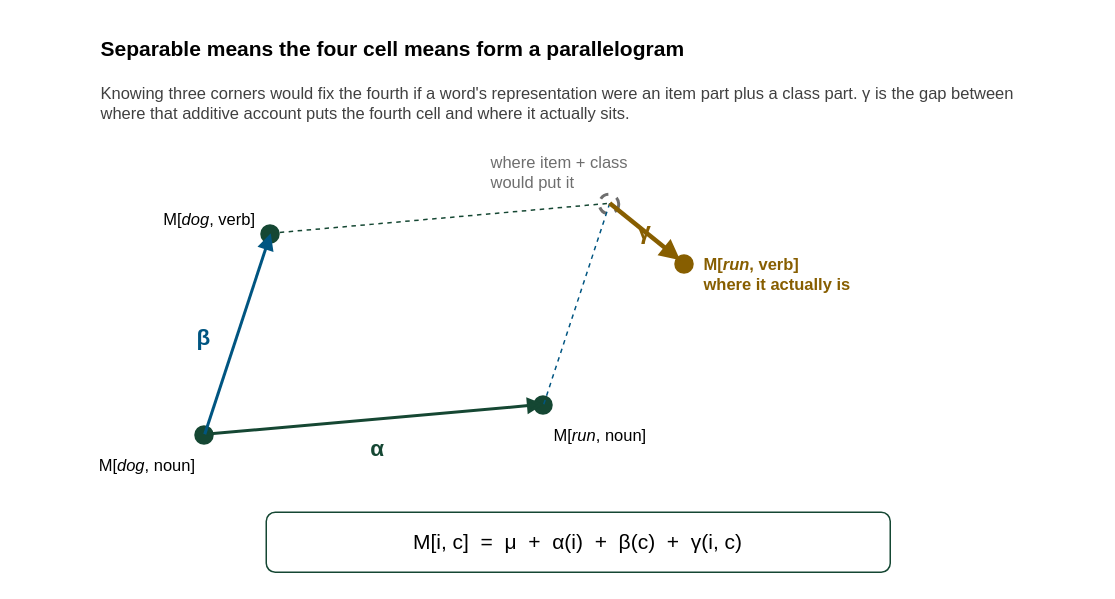
Earlier version of the draw.io diagram paper/fig-measurement.drawio (znhoughton/representation-separability). Source tidied: cells renumbered, new cells numbered last; positions are measured from the earlier drawing's top-left corner, leaving out a move shared by most shapes. Both pictures are drawn from the tidied source at 150%, with x=0, y=0 at pixel (38, 26).
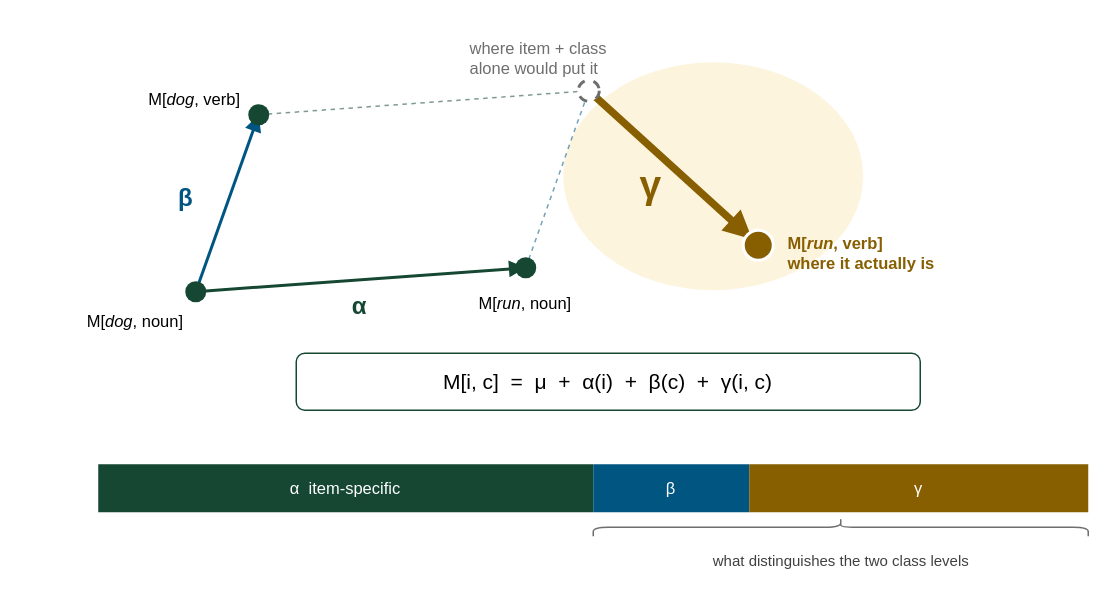
Above is the later version.

Commit message (it also covers changes not shown here):
Make gamma the focus of the measurement figure, and show the shares

Change to the diagram source:
```diff
@@
-    <mxCell id="2" value="Separable means the four cell means form a parallelogram" style="text;html=1;fontSize=14;fontStyle=1;align=left;" parent="1" vertex="1">
-      <mxGeometry x="40" width="620" height="24" as="geometry" />
-    </mxCell>
+    <mxCell id="23" style="ellipse;html=1;fillColor=#F0B323;strokeColor=none;opacity=15;" parent="1" vertex="1">
+      <mxGeometry x="350" y="24" width="200" height="152" as="geometry" />
+    </mxCell>
+    <mxCell id="8" style="edgeStyle=none;html=1;endArrow=block;endFill=1;strokeColor=#154733;strokeWidth=2;" parent="1" edge="1">
+      <mxGeometry relative="1" as="geometry">
+        <mxPoint x="105" y="177" as="sourcePoint" />
+        <mxPoint x="325" y="161" as="targetPoint" />
+      </mxGeometry>
+    </mxCell>
+    <mxCell id="9" style="edgeStyle=none;html=1;endArrow=block;endFill=1;strokeColor=#005581;strokeWidth=2;" parent="1" edge="1">
+      <mxGeometry relative="1" as="geometry">
+        <mxPoint x="105" y="177" as="sourcePoint" />
+        <mxPoint x="147" y="59" as="targetPoint" />
+      </mxGeometry>
+    </mxCell>
+    <mxCell id="10" style="edgeStyle=none;html=1;endArrow=none;strokeColor=#154733;dashed=1;opacity=55;" parent="1" edge="1">
+      <mxGeometry relative="1" as="geometry">
+        <mxPoint x="147" y="59" as="sourcePoint" />
+        <mxPoint x="367" y="43" as="targetPoint" />
+      </mxGeometry>
+    </mxCell>
+    <mxCell id="11" style="edgeStyle=none;html=1;endArrow=none;strokeColor=#005581;dashed=1;opacity=55;" parent="1" edge="1">
+      <mxGeometry relative="1" as="geometry">
+        <mxPoint x="325" y="161" as="sourcePoint" />
+        <mxPoint x="367" y="43" as="targetPoint" />
+      </mxGeometry>
+    </mxCell>
+    <mxCell id="12" style="edgeStyle=none;html=1;endArrow=block;endFill=1;strokeColor=#875E00;strokeWidth=5;" parent="1" edge="1">
+      <mxGeometry relative="1" as="geometry">
+        <mxPoint x="367" y="43" as="sourcePoint" />
+        <mxPoint x="476" y="142" as="targetPoint" />
+      </mxGeometry>
+    </mxCell>
     <mxCell id="3" style="ellipse;html=1;fillColor=#154733;strokeColor=none;" parent="1" vertex="1">
-      <mxGeometry x="104" y="266" width="13" height="13" as="geometry" />
+      <mxGeometry x="98" y="170" width="14" height="14" as="geometry" />
     </mxCell>
     <mxCell id="4" style="ellipse;html=1;fillColor=#154733;strokeColor=none;" parent="1" vertex="1">
-      <mxGeometry x="330" y="246" width="13" height="13" as="geometry" />
+      <mxGeometry x="318" y="154" width="14" height="14" as="geometry" />
     </mxCell>
     <mxCell id="5" style="ellipse;html=1;fillColor=#154733;strokeColor=none;" parent="1" vertex="1">
-      <mxGeometry x="148" y="132" width="13" height="13" as="geometry" />
+      <mxGeometry x="140" y="52" width="14" height="14" as="geometry" />
     </mxCell>
-    <mxCell id="6" style="ellipse;html=1;fillColor=none;strokeColor=#6E6E6E;dashed=1;strokeWidth=2;" parent="1" vertex="1">
-      <mxGeometry x="374" y="112" width="13" height="13" as="geometry" />
+    <mxCell id="6" style="ellipse;html=1;fillColor=#FFFFFF;strokeColor=#6E6E6E;dashed=1;strokeWidth=2;" parent="1" vertex="1">
+      <mxGeometry x="360" y="36" width="14" height="14" as="geometry" />
     </mxCell>
-    <mxCell id="7" style="ellipse;html=1;fillColor=#875E00;strokeColor=none;" parent="1" vertex="1">
-      <mxGeometry x="424" y="152" width="13" height="13" as="geometry" />
+    <mxCell id="7" style="ellipse;html=1;fillColor=#875E00;strokeColor=#FFFFFF;strokeWidth=2;" parent="1" vertex="1">
+      <mxGeometry x="470" y="136" width="20" height="20" as="geometry" />
     </mxCell>
-    <mxCell id="8" style="edgeStyle=none;html=1;endArrow=block;endFill=1;strokeColor=#154733;strokeWidth=2;" parent="1" edge="1">
-      <mxGeometry relative="1" as="geometry">
-        <mxPoint x="111" y="272" as="sourcePoint" />
-        <mxPoint x="337" y="252" as="targetPoint" />
-      </mxGeometry>
-    </mxCell>
-    <mxCell id="9" style="edgeStyle=none;html=1;endArrow=block;endFill=1;strokeColor=#005581;strokeWidth=2;" parent="1" edge="1">
-      <mxGeometry relative="1" as="geometry">
-        <mxPoint x="111" y="272" as="sourcePoint" />
-        <mxPoint x="155" y="138" as="targetPoint" />
-      </mxGeometry>
-    </mxCell>
-    <mxCell id="10" style="edgeStyle=none;html=1;endArrow=none;strokeColor=#154733;dashed=1;" parent="1" edge="1">
-      <mxGeometry relative="1" as="geometry">
-        <mxPoint x="155" y="138" as="sourcePoint" />
-        <mxPoint x="381" y="118" as="targetPoint" />
-      </mxGeometry>
-    </mxCell>
-    <mxCell id="11" style="edgeStyle=none;html=1;endArrow=none;strokeColor=#005581;dashed=1;" parent="1" edge="1">
-      <mxGeometry relative="1" as="geometry">
-        <mxPoint x="337" y="252" as="sourcePoint" />
-        <mxPoint x="381" y="118" as="targetPoint" />
-      </mxGeometry>
-    </mxCell>
-    <mxCell id="12" style="edgeStyle=none;html=1;endArrow=block;endFill=1;strokeColor=#875E00;strokeWidth=3;" parent="1" edge="1">
-      <mxGeometry relative="1" as="geometry">
-        <mxPoint x="381" y="118" as="sourcePoint" />
-        <mxPoint x="428" y="156" as="targetPoint" />
-      </mxGeometry>
-    </mxCell>
     <mxCell id="13" value="M[&lt;i&gt;dog&lt;/i&gt;, noun]" style="text;html=1;fontSize=11;align=right;" parent="1" vertex="1">
-      <mxGeometry y="280" width="106" height="16" as="geometry" />
+      <mxGeometry x="-8" y="184" width="106" height="16" as="geometry" />
     </mxCell>
     <mxCell id="14" value="M[&lt;i&gt;run&lt;/i&gt;, noun]" style="text;html=1;fontSize=11;align=left;" parent="1" vertex="1">
-      <mxGeometry x="342" y="260" width="106" height="16" as="geometry" />
+      <mxGeometry x="292" y="172" width="106" height="16" as="geometry" />
     </mxCell>
     <mxCell id="15" value="M[&lt;i&gt;dog&lt;/i&gt;, verb]" style="text;html=1;fontSize=11;align=right;" parent="1" vertex="1">
-      <mxGeometry x="42" y="116" width="104" height="16" as="geometry" />
+      <mxGeometry x="32" y="36" width="104" height="16" as="geometry" />
     </mxCell>
-    <mxCell id="16" value="where item + class&#10;would put it" style="text;html=1;fontSize=11;align=left;fontColor=#6E6E6E;" parent="1" vertex="1">
-      <mxGeometry x="300" y="78" width="130" height="30" as="geometry" />
+    <mxCell id="16" value="where item + class&#10;alone would put it" style="text;html=1;fontSize=11;align=left;fontColor=#6E6E6E;" parent="1" vertex="1">
+      <mxGeometry x="286" y="2" width="132" height="30" as="geometry" />
     </mxCell>
     <mxCell id="17" value="M[&lt;i&gt;run&lt;/i&gt;, verb]&#10;where it actually is" style="text;html=1;fontSize=11;align=left;fontColor=#875E00;fontStyle=1;" parent="1" vertex="1">
-      <mxGeometry x="442" y="146" width="130" height="30" as="geometry" />
+      <mxGeometry x="498" y="132" width="140" height="30" as="geometry" />
     </mxCell>
-    <mxCell id="18" value="α" style="text;html=1;fontSize=15;align=center;fontColor=#154733;fontStyle=1;" parent="1" vertex="1">
-      <mxGeometry x="214" y="266" width="24" height="22" as="geometry" />
+    <mxCell id="18" value="α" style="text;html=1;fontSize=16;align=center;fontColor=#154733;fontStyle=1;" parent="1" vertex="1">
+      <mxGeometry x="202" y="170" width="24" height="24" as="geometry" />
     </mxCell>
-    <mxCell id="19" value="β" style="text;html=1;fontSize=15;align=center;fontColor=#005581;fontStyle=1;" parent="1" vertex="1">
-      <mxGeometry x="98" y="192" width="24" height="22" as="geometry" />
+    <mxCell id="19" value="β" style="text;html=1;fontSize=16;align=center;fontColor=#005581;fontStyle=1;" parent="1" vertex="1">
+      <mxGeometry x="86" y="98" width="24" height="24" as="geometry" />
     </mxCell>
-    <mxCell id="20" value="γ" style="text;html=1;fontSize=16;align=left;fontColor=#875E00;fontStyle=1;" parent="1" vertex="1">
-      <mxGeometry x="398" y="120" width="22" height="22" as="geometry" />
+    <mxCell id="20" value="γ" style="text;html=1;fontSize=26;align=center;fontColor=#875E00;fontStyle=1;" parent="1" vertex="1">
+      <mxGeometry x="392" y="84" width="32" height="32" as="geometry" />
     </mxCell>
     <mxCell id="21" value="M[i, c]&amp;nbsp; =&amp;nbsp; μ&amp;nbsp; +&amp;nbsp; α(i)&amp;nbsp; +&amp;nbsp; β(c)&amp;nbsp; +&amp;nbsp; γ(i, c)" style="rounded=1;whiteSpace=wrap;html=1;fontSize=14;fillColor=#FFFFFF;strokeColor=#154733;align=center;" parent="1" vertex="1">
-      <mxGeometry x="152" y="324" width="416" height="40" as="geometry" />
+      <mxGeometry x="172" y="218" width="416" height="38" as="geometry" />
     </mxCell>
-    <mxCell id="22" value="Knowing three corners would fix the fourth if a word's representation were an item part plus a class part. γ is the gap between where that additive account puts the fourth cell and where it actually sits." style="text;html=1;fontSize=11;align=left;verticalAlign=top;whiteSpace=wrap;fontColor=#404040;" parent="1" vertex="1">
-      <mxGeometry x="40" y="32" width="620" height="34" as="geometry" />
-    </mxCell>
+    <mxCell id="24" value="α&amp;nbsp;&amp;nbsp;item-specific" style="rounded=0;whiteSpace=wrap;html=1;fontSize=11;fillColor=#154733;strokeColor=none;fontColor=#FFFFFF;" parent="1" vertex="1">
+      <mxGeometry x="40" y="292" width="330" height="32" as="geometry" />
+    </mxCell>
+    <mxCell id="25" value="β" style="rounded=0;whiteSpace=wrap;html=1;fontSize=11;fillColor=#005581;strokeColor=none;fontColor=#FFFFFF;" parent="1" vertex="1">
+      <mxGeometry x="370" y="292" width="104" height="32" as="geometry" />
+    </mxCell>
+    <mxCell id="26" value="γ" style="rounded=0;whiteSpace=wrap;html=1;fontSize=11;fillColor=#875E00;strokeColor=none;fontColor=#FFFFFF;" parent="1" vertex="1">
+      <mxGeometry x="474" y="292" width="226" height="32" as="geometry" />
+    </mxCell>
+    <mxCell id="27" style="shape=curlyBracket;whiteSpace=wrap;html=1;rounded=1;direction=north;flipV=1;strokeColor=#6E6E6E;" parent="1" vertex="1">
+      <mxGeometry x="370" y="328" width="330" height="12" as="geometry" />
+    </mxCell>
+    <mxCell id="28" value="what distinguishes the two class levels" style="text;html=1;fontSize=10;align=center;fontColor=#404040;" parent="1" vertex="1">
+      <mxGeometry x="370" y="344" width="330" height="16" as="geometry" />
+    </mxCell>
```
